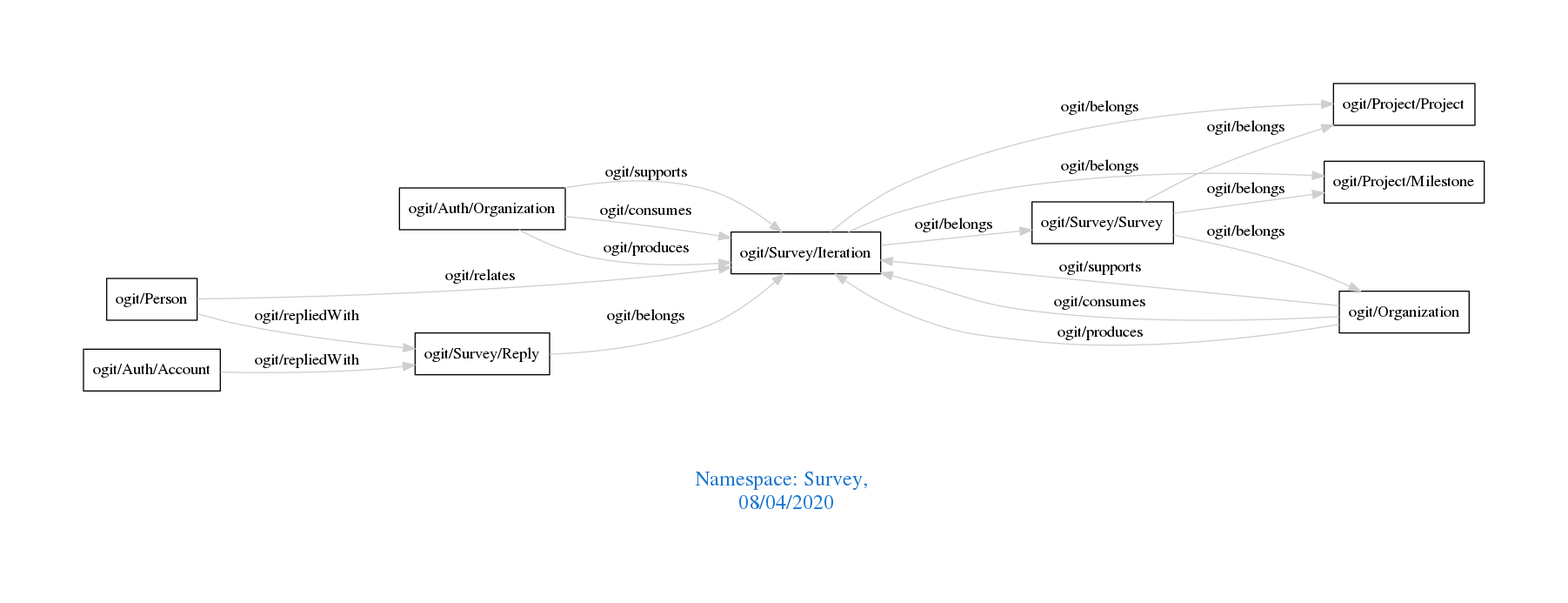
Above: downloads/Survey.png in arago/OGIT (Graphviz), before the change. Its source is kept beside it as downloads/Survey.dot.
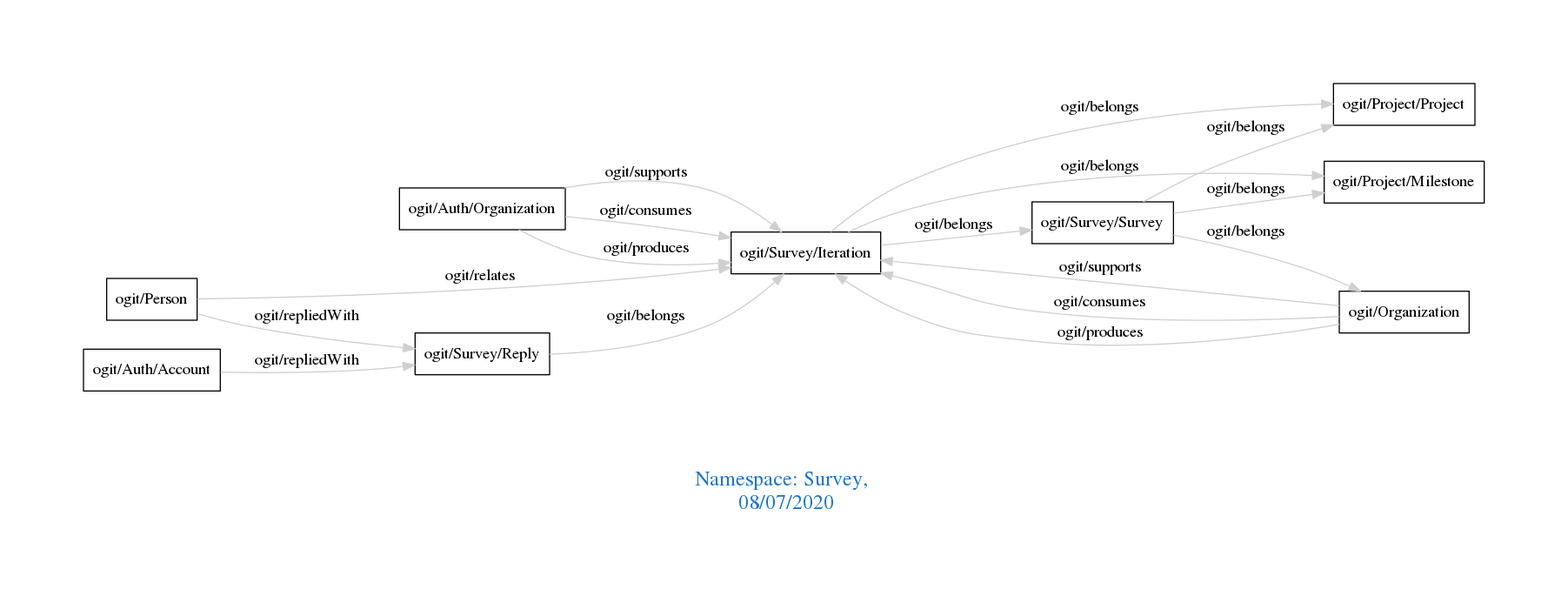
Later version of the same file.

Change to the diagram source:
```diff
@@ -1,7 +1,7 @@
 digraph OGIT_ontology {
  graph [ rankdir= LR,pad=1
 fontsize = 18,
-fontcolor= dodgerblue3,label = "\n\n\nNamespace: Survey, \n 08/04/2020"];
+fontcolor= dodgerblue3,label = "\n\n\nNamespace: Survey, \n 08/07/2020"];
 node[shape=polygon];
 edge [  color="gray81"];
 
```
